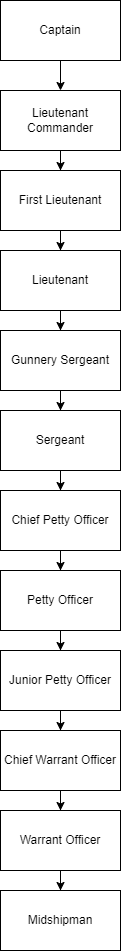
Bobbanz1/The-NSV-Chart keeps this draw.io diagram as ChainofCommand.drawio.png. Above is the earlier version. Source tidied: cells renumbered, new cells last; positions are measured from the earlier drawing's top-left corner, leaving out a move shared by most shapes. Its diagram source:
```xml
<mxGraphModel>
  <root>
    <mxCell id="0" />
    <mxCell id="1" parent="0" />
    <mxCell id="2" style="edgeStyle=orthogonalEdgeStyle;rounded=0;jettySize=auto;html=1;" parent="1" edge="1" source="3" target="5">
      <mxGeometry relative="1" as="geometry" />
    </mxCell>
    <mxCell id="3" value="Captain" style="rounded=0;whiteSpace=wrap;html=1;" parent="1" vertex="1">
      <mxGeometry width="120" height="60" as="geometry" />
    </mxCell>
    <mxCell id="4" style="edgeStyle=orthogonalEdgeStyle;rounded=0;jettySize=auto;html=1;" parent="1" edge="1" source="5" target="7">
      <mxGeometry relative="1" as="geometry" />
    </mxCell>
    <mxCell id="5" value="Lieutenant Commander" style="rounded=0;whiteSpace=wrap;html=1;" parent="1" vertex="1">
      <mxGeometry y="90" width="120" height="60" as="geometry" />
    </mxCell>
    <mxCell id="6" style="edgeStyle=orthogonalEdgeStyle;rounded=0;jettySize=auto;html=1;" parent="1" edge="1" source="7" target="9">
      <mxGeometry relative="1" as="geometry" />
    </mxCell>
    <mxCell id="7" value="First Lieutenant" style="rounded=0;whiteSpace=wrap;html=1;" parent="1" vertex="1">
      <mxGeometry y="170" width="120" height="60" as="geometry" />
    </mxCell>
    <mxCell id="8" style="edgeStyle=orthogonalEdgeStyle;rounded=0;jettySize=auto;html=1;" parent="1" edge="1" source="9" target="11">
      <mxGeometry relative="1" as="geometry" />
    </mxCell>
    <mxCell id="9" value="Lieutenant" style="whiteSpace=wrap;html=1;rounded=0;" parent="1" vertex="1">
      <mxGeometry y="250" width="120" height="60" as="geometry" />
    </mxCell>
    <mxCell id="10" style="edgeStyle=orthogonalEdgeStyle;rounded=0;jettySize=auto;html=1;" parent="1" edge="1" source="11" target="13">
      <mxGeometry relative="1" as="geometry" />
    </mxCell>
    <mxCell id="11" value="Gunnery Sergeant" style="whiteSpace=wrap;html=1;rounded=0;" parent="1" vertex="1">
      <mxGeometry y="330" width="120" height="60" as="geometry" />
    </mxCell>
    <mxCell id="12" style="edgeStyle=orthogonalEdgeStyle;rounded=0;jettySize=auto;html=1;" parent="1" edge="1" source="13" target="15">
      <mxGeometry relative="1" as="geometry" />
    </mxCell>
    <mxCell id="13" value="Sergeant" style="whiteSpace=wrap;html=1;rounded=0;" parent="1" vertex="1">
      <mxGeometry y="410" width="120" height="60" as="geometry" />
    </mxCell>
    <mxCell id="14" style="edgeStyle=orthogonalEdgeStyle;rounded=0;jettySize=auto;html=1;" parent="1" edge="1" source="15" target="17">
      <mxGeometry relative="1" as="geometry" />
    </mxCell>
    <mxCell id="15" value="Chief Petty Officer" style="whiteSpace=wrap;html=1;rounded=0;" parent="1" vertex="1">
      <mxGeometry y="490" width="120" height="60" as="geometry" />
    </mxCell>
    <mxCell id="16" style="edgeStyle=orthogonalEdgeStyle;rounded=0;jettySize=auto;html=1;" parent="1" edge="1" source="17" target="19">
      <mxGeometry relative="1" as="geometry" />
    </mxCell>
    <mxCell id="17" value="Petty Officer" style="whiteSpace=wrap;html=1;rounded=0;" parent="1" vertex="1">
      <mxGeometry y="570" width="120" height="60" as="geometry" />
    </mxCell>
    <mxCell id="18" style="edgeStyle=orthogonalEdgeStyle;rounded=0;jettySize=auto;html=1;" parent="1" edge="1" source="19" target="21">
      <mxGeometry relative="1" as="geometry" />
    </mxCell>
    <mxCell id="19" value="Junior Petty Officer" style="whiteSpace=wrap;html=1;rounded=0;" parent="1" vertex="1">
      <mxGeometry y="650" width="120" height="60" as="geometry" />
    </mxCell>
    <mxCell id="20" style="edgeStyle=orthogonalEdgeStyle;rounded=0;jettySize=auto;html=1;" parent="1" edge="1" source="21" target="23">
      <mxGeometry relative="1" as="geometry" />
    </mxCell>
    <mxCell id="21" value="Chief Warrant Officer" style="whiteSpace=wrap;html=1;rounded=0;" parent="1" vertex="1">
      <mxGeometry y="730" width="120" height="60" as="geometry" />
    </mxCell>
    <mxCell id="22" style="edgeStyle=orthogonalEdgeStyle;rounded=0;jettySize=auto;html=1;" parent="1" edge="1" source="23" target="24">
      <mxGeometry relative="1" as="geometry" />
    </mxCell>
    <mxCell id="23" value="Warrant Officer" style="whiteSpace=wrap;html=1;rounded=0;" parent="1" vertex="1">
      <mxGeometry y="810" width="120" height="60" as="geometry" />
    </mxCell>
    <mxCell id="24" value="Midshipman" style="whiteSpace=wrap;html=1;rounded=0;" parent="1" vertex="1">
      <mxGeometry y="890" width="120" height="60" as="geometry" />
    </mxCell>
  </root>
</mxGraphModel>
```
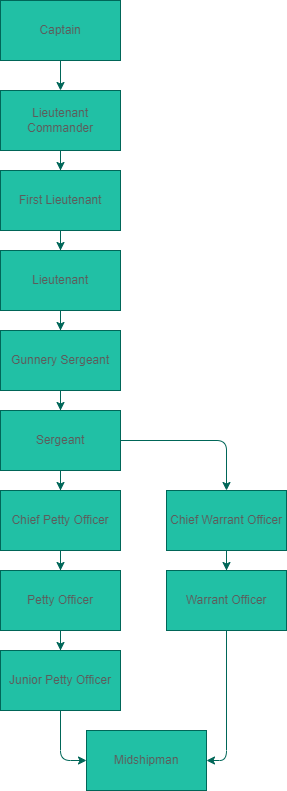
After the change.

Change to the diagram source:
```diff
@@ -2,74 +2,77 @@
   <root>
     <mxCell id="0" />
     <mxCell id="1" parent="0" />
-    <mxCell id="2" style="edgeStyle=orthogonalEdgeStyle;rounded=0;jettySize=auto;html=1;" parent="1" edge="1" source="3" target="5">
+    <mxCell id="2" style="edgeStyle=orthogonalEdgeStyle;rounded=0;jettySize=auto;html=1;strokeColor=#006658;fontColor=#5C5C5C;" parent="1" edge="1" source="3" target="5">
       <mxGeometry relative="1" as="geometry" />
     </mxCell>
-    <mxCell id="3" value="Captain" style="rounded=0;whiteSpace=wrap;html=1;" parent="1" vertex="1">
+    <mxCell id="3" value="Captain" style="rounded=0;whiteSpace=wrap;html=1;fillColor=#21C0A5;strokeColor=#006658;fontColor=#5C5C5C;" parent="1" vertex="1">
       <mxGeometry width="120" height="60" as="geometry" />
     </mxCell>
-    <mxCell id="4" style="edgeStyle=orthogonalEdgeStyle;rounded=0;jettySize=auto;html=1;" parent="1" edge="1" source="5" target="7">
+    <mxCell id="4" style="edgeStyle=orthogonalEdgeStyle;rounded=0;jettySize=auto;html=1;strokeColor=#006658;fontColor=#5C5C5C;" parent="1" edge="1" source="5" target="7">
       <mxGeometry relative="1" as="geometry" />
     </mxCell>
-    <mxCell id="5" value="Lieutenant Commander" style="rounded=0;whiteSpace=wrap;html=1;" parent="1" vertex="1">
+    <mxCell id="5" value="Lieutenant Commander" style="rounded=0;whiteSpace=wrap;html=1;fillColor=#21C0A5;strokeColor=#006658;fontColor=#5C5C5C;" parent="1" vertex="1">
       <mxGeometry y="90" width="120" height="60" as="geometry" />
     </mxCell>
-    <mxCell id="6" style="edgeStyle=orthogonalEdgeStyle;rounded=0;jettySize=auto;html=1;" parent="1" edge="1" source="7" target="9">
+    <mxCell id="6" style="edgeStyle=orthogonalEdgeStyle;rounded=0;jettySize=auto;html=1;strokeColor=#006658;fontColor=#5C5C5C;" parent="1" edge="1" source="7" target="9">
       <mxGeometry relative="1" as="geometry" />
     </mxCell>
-    <mxCell id="7" value="First Lieutenant" style="rounded=0;whiteSpace=wrap;html=1;" parent="1" vertex="1">
+    <mxCell id="7" value="First Lieutenant" style="rounded=0;whiteSpace=wrap;html=1;fillColor=#21C0A5;strokeColor=#006658;fontColor=#5C5C5C;" parent="1" vertex="1">
       <mxGeometry y="170" width="120" height="60" as="geometry" />
     </mxCell>
-    <mxCell id="8" style="edgeStyle=orthogonalEdgeStyle;rounded=0;jettySize=auto;html=1;" parent="1" edge="1" source="9" target="11">
+    <mxCell id="8" style="edgeStyle=orthogonalEdgeStyle;rounded=0;jettySize=auto;html=1;strokeColor=#006658;fontColor=#5C5C5C;" parent="1" edge="1" source="9" target="11">
       <mxGeometry relative="1" as="geometry" />
     </mxCell>
-    <mxCell id="9" value="Lieutenant" style="whiteSpace=wrap;html=1;rounded=0;" parent="1" vertex="1">
+    <mxCell id="9" value="Lieutenant" style="whiteSpace=wrap;html=1;rounded=0;fillColor=#21C0A5;strokeColor=#006658;fontColor=#5C5C5C;" parent="1" vertex="1">
       <mxGeometry y="250" width="120" height="60" as="geometry" />
     </mxCell>
-    <mxCell id="10" style="edgeStyle=orthogonalEdgeStyle;rounded=0;jettySize=auto;html=1;" parent="1" edge="1" source="11" target="13">
+    <mxCell id="10" style="edgeStyle=orthogonalEdgeStyle;rounded=0;jettySize=auto;html=1;strokeColor=#006658;fontColor=#5C5C5C;" parent="1" edge="1" source="11" target="13">
       <mxGeometry relative="1" as="geometry" />
     </mxCell>
-    <mxCell id="11" value="Gunnery Sergeant" style="whiteSpace=wrap;html=1;rounded=0;" parent="1" vertex="1">
+    <mxCell id="11" value="Gunnery Sergeant" style="whiteSpace=wrap;html=1;rounded=0;fillColor=#21C0A5;strokeColor=#006658;fontColor=#5C5C5C;" parent="1" vertex="1">
       <mxGeometry y="330" width="120" height="60" as="geometry" />
     </mxCell>
-    <mxCell id="12" style="edgeStyle=orthogonalEdgeStyle;rounded=0;jettySize=auto;html=1;" parent="1" edge="1" source="13" target="15">
+    <mxCell id="12" style="edgeStyle=orthogonalEdgeStyle;rounded=0;jettySize=auto;html=1;strokeColor=#006658;fontColor=#5C5C5C;" parent="1" edge="1" source="13" target="15">
       <mxGeometry relative="1" as="geometry" />
     </mxCell>
+    <mxCell id="25" style="edgeStyle=orthogonalEdgeStyle;curved=0;rounded=1;sketch=0;jettySize=auto;html=1;exitX=1;exitY=0.5;exitDx=0;exitDy=0;entryX=0.5;entryY=0;entryDx=0;entryDy=0;fontColor=#5C5C5C;strokeColor=#006658;fillColor=#21C0A5;" parent="1" edge="1" source="13" target="21">
+      <mxGeometry relative="1" as="geometry" />
+    </mxCell>
-    <mxCell id="13" value="Sergeant" style="whiteSpace=wrap;html=1;rounded=0;" parent="1" vertex="1">
+    <mxCell id="13" value="Sergeant" style="whiteSpace=wrap;html=1;rounded=0;fillColor=#21C0A5;strokeColor=#006658;fontColor=#5C5C5C;" parent="1" vertex="1">
       <mxGeometry y="410" width="120" height="60" as="geometry" />
     </mxCell>
-    <mxCell id="14" style="edgeStyle=orthogonalEdgeStyle;rounded=0;jettySize=auto;html=1;" parent="1" edge="1" source="15" target="17">
+    <mxCell id="14" style="edgeStyle=orthogonalEdgeStyle;rounded=0;jettySize=auto;html=1;strokeColor=#006658;fontColor=#5C5C5C;" parent="1" edge="1" source="15" target="17">
       <mxGeometry relative="1" as="geometry" />
     </mxCell>
-    <mxCell id="15" value="Chief Petty Officer" style="whiteSpace=wrap;html=1;rounded=0;" parent="1" vertex="1">
+    <mxCell id="15" value="Chief Petty Officer" style="whiteSpace=wrap;html=1;rounded=0;fillColor=#21C0A5;strokeColor=#006658;fontColor=#5C5C5C;" parent="1" vertex="1">
       <mxGeometry y="490" width="120" height="60" as="geometry" />
     </mxCell>
-    <mxCell id="16" style="edgeStyle=orthogonalEdgeStyle;rounded=0;jettySize=auto;html=1;" parent="1" edge="1" source="17" target="19">
+    <mxCell id="16" style="edgeStyle=orthogonalEdgeStyle;rounded=0;jettySize=auto;html=1;strokeColor=#006658;fontColor=#5C5C5C;" parent="1" edge="1" source="17" target="19">
       <mxGeometry relative="1" as="geometry" />
     </mxCell>
-    <mxCell id="17" value="Petty Officer" style="whiteSpace=wrap;html=1;rounded=0;" parent="1" vertex="1">
+    <mxCell id="17" value="Petty Officer" style="whiteSpace=wrap;html=1;rounded=0;fillColor=#21C0A5;strokeColor=#006658;fontColor=#5C5C5C;" parent="1" vertex="1">
       <mxGeometry y="570" width="120" height="60" as="geometry" />
     </mxCell>
-    <mxCell id="18" style="edgeStyle=orthogonalEdgeStyle;rounded=0;jettySize=auto;html=1;" parent="1" edge="1" source="19" target="21">
-      <mxGeometry relative="1" as="geometry" />
-    </mxCell>
+    <mxCell id="26" style="edgeStyle=orthogonalEdgeStyle;curved=0;rounded=1;sketch=0;jettySize=auto;html=1;exitX=0.5;exitY=1;exitDx=0;exitDy=0;entryX=0;entryY=0.5;entryDx=0;entryDy=0;fontColor=#5C5C5C;strokeColor=#006658;fillColor=#21C0A5;" parent="1" edge="1" source="19" target="24">
+      <mxGeometry relative="1" as="geometry" />
+    </mxCell>
-    <mxCell id="19" value="Junior Petty Officer" style="whiteSpace=wrap;html=1;rounded=0;" parent="1" vertex="1">
+    <mxCell id="19" value="Junior Petty Officer" style="whiteSpace=wrap;html=1;rounded=0;fillColor=#21C0A5;strokeColor=#006658;fontColor=#5C5C5C;" parent="1" vertex="1">
       <mxGeometry y="650" width="120" height="60" as="geometry" />
     </mxCell>
-    <mxCell id="20" style="edgeStyle=orthogonalEdgeStyle;rounded=0;jettySize=auto;html=1;" parent="1" edge="1" source="21" target="23">
+    <mxCell id="20" style="edgeStyle=orthogonalEdgeStyle;rounded=0;jettySize=auto;html=1;strokeColor=#006658;fontColor=#5C5C5C;" parent="1" edge="1" source="21" target="23">
       <mxGeometry relative="1" as="geometry" />
     </mxCell>
-    <mxCell id="21" value="Chief Warrant Officer" style="whiteSpace=wrap;html=1;rounded=0;" parent="1" vertex="1">
-      <mxGeometry y="730" width="120" height="60" as="geometry" />
+    <mxCell id="21" value="Chief Warrant Officer" style="whiteSpace=wrap;html=1;rounded=0;fillColor=#21C0A5;strokeColor=#006658;fontColor=#5C5C5C;" parent="1" vertex="1">
+      <mxGeometry x="166" y="490" width="120" height="60" as="geometry" />
     </mxCell>
-    <mxCell id="22" style="edgeStyle=orthogonalEdgeStyle;rounded=0;jettySize=auto;html=1;" parent="1" edge="1" source="23" target="24">
+    <mxCell id="22" style="edgeStyle=orthogonalEdgeStyle;curved=0;rounded=1;sketch=0;jettySize=auto;html=1;entryX=1;entryY=0.5;entryDx=0;entryDy=0;fontColor=#5C5C5C;strokeColor=#006658;fillColor=#21C0A5;exitX=0.5;exitY=1;exitDx=0;exitDy=0;" parent="1" edge="1" source="23" target="24">
       <mxGeometry relative="1" as="geometry" />
     </mxCell>
-    <mxCell id="23" value="Warrant Officer" style="whiteSpace=wrap;html=1;rounded=0;" parent="1" vertex="1">
-      <mxGeometry y="810" width="120" height="60" as="geometry" />
+    <mxCell id="23" value="Warrant Officer" style="whiteSpace=wrap;html=1;rounded=0;fillColor=#21C0A5;strokeColor=#006658;fontColor=#5C5C5C;" parent="1" vertex="1">
+      <mxGeometry x="166" y="570" width="120" height="60" as="geometry" />
     </mxCell>
-    <mxCell id="24" value="Midshipman" style="whiteSpace=wrap;html=1;rounded=0;" parent="1" vertex="1">
-      <mxGeometry y="890" width="120" height="60" as="geometry" />
+    <mxCell id="24" value="Midshipman" style="whiteSpace=wrap;html=1;rounded=0;fillColor=#21C0A5;strokeColor=#006658;fontColor=#5C5C5C;" parent="1" vertex="1">
+      <mxGeometry x="86" y="730" width="120" height="60" as="geometry" />
     </mxCell>
   </root>
 </mxGraphModel>
```
